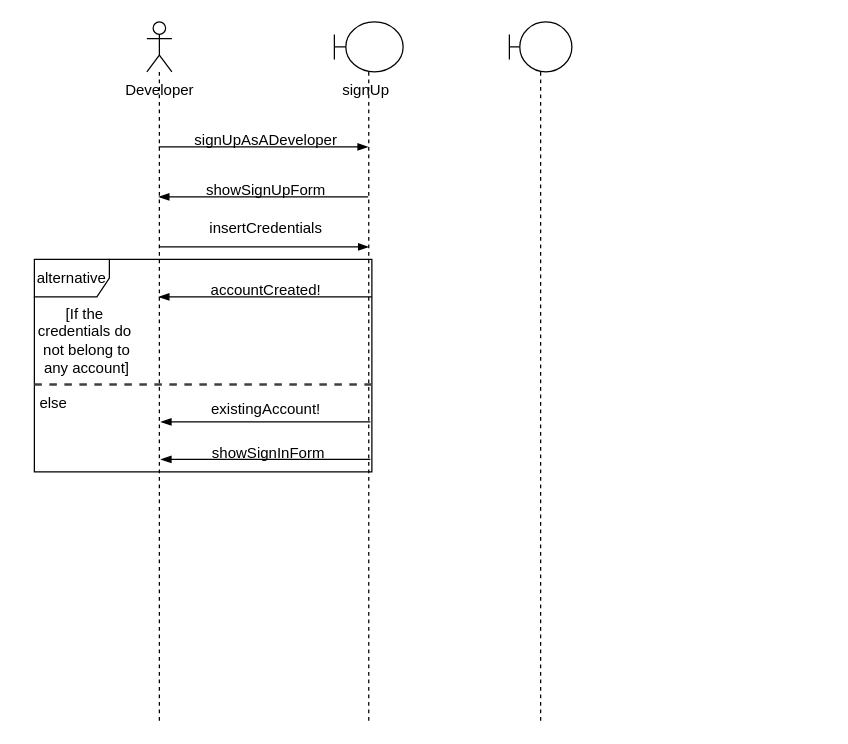
Above: sequenceDiagram/sequence_diagram.drawio in mattiadanisi00/ids (draw.io), before the change. Source tidied: cells renumbered, new cells numbered last; positions are measured from the earlier drawing's top-left corner, leaving out a move shared by most shapes. Both pictures are drawn from the tidied source at 125%, with x=0, y=0 at pixel (21, 21).
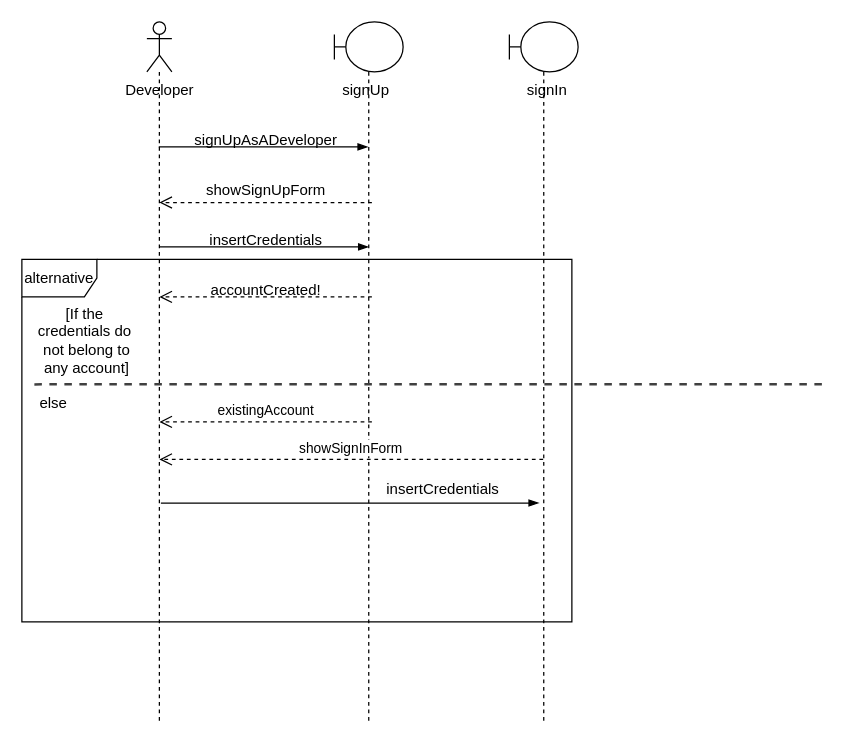
The same page after the edit.

The change refers to these unchanged cells:
```xml
<mxCell id="2" style="shape=umlLifeline;participant=umlBoundary;perimeter=lifelinePerimeter;whiteSpace=wrap;html=1;verticalAlign=top;spacingTop=36;" parent="1" vertex="1">
  <mxGeometry x="250" width="55" height="560" as="geometry" />
</mxCell>
<mxCell id="13" value="[If the &lt;br&gt;credentials do&lt;br&gt;&amp;nbsp;not belong to&lt;br&gt;&amp;nbsp;any account]" style="text;html=1;align=center;verticalAlign=middle;points=[];strokeColor=none;fillColor=none;" parent="1" vertex="1">
  <mxGeometry y="220" width="100" height="70" as="geometry" />
</mxCell>
```

Change to the diagram source:
```diff
@@
+    <mxCell id="22" value="showSignInForm" style="html=1;verticalAlign=bottom;endArrow=open;dashed=1;endSize=8;rounded=0;" parent="2" edge="1" source="4">
+      <mxGeometry relative="1" as="geometry">
+        <mxPoint x="-140" y="350" as="targetPoint" />
+      </mxGeometry>
+    </mxCell>
+    <mxCell id="10" value="showSignUpForm" style="text;html=1;align=center;verticalAlign=middle;strokeColor=none;fillColor=none;" parent="2" vertex="1">
+      <mxGeometry x="-115" y="120" width="120" height="30" as="geometry" />
+    </mxCell>
+    <mxCell id="23" style="html=1;verticalAlign=bottom;endArrow=open;dashed=1;endSize=8;rounded=0;" parent="2" edge="1">
+      <mxGeometry x="-0.24" y="-14" relative="1" as="geometry">
+        <mxPoint x="30" y="144.5" as="sourcePoint" />
+        <mxPoint x="-140" y="144.5" as="targetPoint" />
+      </mxGeometry>
+    </mxCell>
+    <mxCell id="24" style="html=1;verticalAlign=bottom;endArrow=open;dashed=1;endSize=8;rounded=0;" parent="2" edge="1">
+      <mxGeometry x="-0.24" y="-14" relative="1" as="geometry">
+        <mxPoint x="30" y="220" as="sourcePoint" />
+        <mxPoint x="-140" y="220" as="targetPoint" />
+      </mxGeometry>
+    </mxCell>
     <mxCell id="4" style="shape=umlLifeline;participant=umlBoundary;perimeter=lifelinePerimeter;whiteSpace=wrap;html=1;verticalAlign=top;spacingTop=36;outlineConnect=0;" parent="1" vertex="1">
-      <mxGeometry x="390" width="50" height="560" as="geometry" />
+      <mxGeometry x="390" width="55" height="560" as="geometry" />
     </mxCell>
+    <mxCell id="25" value="signIn" style="text;html=1;align=center;verticalAlign=middle;strokeColor=none;fillColor=none;" parent="4" vertex="1">
+      <mxGeometry y="40" width="60" height="30" as="geometry" />
+    </mxCell>
@@
-    <mxCell id="9" style="edgeStyle=elbowEdgeStyle;fontSize=12;html=1;endArrow=blockThin;endFill=1;rounded=0;" parent="1" edge="1">
-      <mxGeometry relative="1" as="geometry">
-        <mxPoint x="277" y="140" as="sourcePoint" />
-        <mxPoint x="109.5" y="140" as="targetPoint" />
-        <Array as="points">
-          <mxPoint x="180" y="140" />
-          <mxPoint x="200" y="110" />
-          <mxPoint x="210" y="80" />
-        </Array>
-      </mxGeometry>
-    </mxCell>
-    <mxCell id="10" value="showSignUpForm" style="text;html=1;align=center;verticalAlign=middle;strokeColor=none;fillColor=none;" parent="1" vertex="1">
-      <mxGeometry x="135" y="120" width="120" height="30" as="geometry" />
-    </mxCell>
-    <mxCell id="11" value="alternative" style="shape=umlFrame;whiteSpace=wrap;html=1;" parent="1" vertex="1">
-      <mxGeometry x="10" y="190" width="270" height="170" as="geometry" />
-    </mxCell>
-    <mxCell id="12" style="edgeStyle=none;rounded=0;html=1;jettySize=auto;strokeColor=#404040;strokeWidth=2;fontColor=#000000;jumpStyle=none;endArrow=none;endFill=0;startArrow=none;dashed=1;exitX=0.1;exitY=1;exitDx=0;exitDy=0;exitPerimeter=0;" parent="1" edge="1" source="13">
+    <mxCell id="12" style="edgeStyle=none;rounded=0;html=1;jettySize=auto;strokeColor=#404040;strokeWidth=2;fontColor=#000000;jumpStyle=none;endArrow=none;endFill=0;startArrow=none;dashed=1;exitX=0.1;exitY=1;exitDx=0;exitDy=0;exitPerimeter=0;entryX=1.002;entryY=0.37;entryDx=0;entryDy=0;entryPerimeter=0;" parent="1" edge="1" source="13">
       <mxGeometry relative="1" as="geometry">
-        <mxPoint x="280" y="290" as="targetPoint" />
+        <mxPoint x="641.3" y="289.9" as="targetPoint" />
       </mxGeometry>
     </mxCell>
@@
     <mxCell id="16" value="insertCredentials" style="text;html=1;align=center;verticalAlign=middle;strokeColor=none;fillColor=none;" parent="1" vertex="1">
-      <mxGeometry x="140" y="150" width="110" height="30" as="geometry" />
+      <mxGeometry x="140" y="160" width="110" height="30" as="geometry" />
     </mxCell>
-    <mxCell id="17" style="edgeStyle=elbowEdgeStyle;fontSize=12;html=1;endArrow=blockThin;endFill=1;rounded=0;" parent="1" edge="1">
-      <mxGeometry relative="1" as="geometry">
-        <mxPoint x="174.5" y="220" as="sourcePoint" />
-        <mxPoint x="109.5" y="220" as="targetPoint" />
-        <Array as="points">
-          <mxPoint x="280" y="220" />
-          <mxPoint x="265" y="190" />
-        </Array>
-      </mxGeometry>
-    </mxCell>
+    <mxCell id="26" style="edgeStyle=elbowEdgeStyle;fontSize=12;html=1;endArrow=blockThin;endFill=1;rounded=0;entryX=0.641;entryY=0.722;entryDx=0;entryDy=0;entryPerimeter=0;" parent="1" edge="1">
+      <mxGeometry relative="1" as="geometry">
+        <mxPoint x="111.2" y="385" as="sourcePoint" />
+        <mxPoint x="413.8" y="384.9" as="targetPoint" />
+        <Array as="points">
+          <mxPoint x="191.8" y="385" />
+          <mxPoint x="201.8" y="355" />
+        </Array>
+      </mxGeometry>
+    </mxCell>
+    <mxCell id="27" value="&lt;span style=&quot;caret-color: rgb(0, 0, 0); color: rgb(0, 0, 0); font-family: Helvetica; font-size: 12px; font-style: normal; font-variant-caps: normal; font-weight: 400; letter-spacing: normal; text-align: center; text-indent: 0px; text-transform: none; word-spacing: 0px; -webkit-text-stroke-width: 0px; background-color: rgb(251, 251, 251); text-decoration: none; float: none; display: inline !important;&quot;&gt;insertCredentials&lt;/span&gt;" style="text;whiteSpace=wrap;html=1;" parent="1" vertex="1">
+      <mxGeometry x="290" y="360" width="120" height="40" as="geometry" />
+    </mxCell>
+    <mxCell id="11" value="alternative" style="shape=umlFrame;whiteSpace=wrap;html=1;" parent="1" vertex="1">
+      <mxGeometry y="190" width="440" height="290" as="geometry" />
+    </mxCell>
+    <mxCell id="28" value="existingAccount" style="html=1;verticalAlign=bottom;endArrow=open;dashed=1;endSize=8;rounded=0;" parent="1" edge="1">
+      <mxGeometry relative="1" as="geometry">
+        <mxPoint x="280" y="320" as="sourcePoint" />
+        <mxPoint x="110" y="320" as="targetPoint" />
+      </mxGeometry>
+    </mxCell>
@@
-    <mxCell id="19" style="edgeStyle=elbowEdgeStyle;fontSize=12;html=1;endArrow=blockThin;endFill=1;rounded=0;" parent="1" edge="1">
-      <mxGeometry relative="1" as="geometry">
-        <mxPoint x="278.8" y="320" as="sourcePoint" />
-        <mxPoint x="111.2" y="320" as="targetPoint" />
-        <Array as="points">
-          <mxPoint x="181.8" y="320" />
-          <mxPoint x="201.8" y="290" />
-          <mxPoint x="211.8" y="260" />
-        </Array>
-      </mxGeometry>
-    </mxCell>
-    <mxCell id="20" value="existingAccount!" style="text;html=1;align=center;verticalAlign=middle;strokeColor=none;fillColor=none;" parent="1" vertex="1">
-      <mxGeometry x="140" y="295" width="110" height="30" as="geometry" />
-    </mxCell>
-    <mxCell id="21" style="edgeStyle=elbowEdgeStyle;fontSize=12;html=1;endArrow=blockThin;endFill=1;rounded=0;" parent="1" edge="1">
-      <mxGeometry relative="1" as="geometry">
-        <mxPoint x="278.8" y="350" as="sourcePoint" />
-        <mxPoint x="111.2" y="350" as="targetPoint" />
-        <Array as="points">
-          <mxPoint x="181.8" y="350" />
-          <mxPoint x="201.8" y="320" />
-          <mxPoint x="211.8" y="290" />
-        </Array>
-      </mxGeometry>
-    </mxCell>
-    <mxCell id="22" value="showSignInForm" style="text;html=1;align=center;verticalAlign=middle;strokeColor=none;fillColor=none;" parent="1" vertex="1">
-      <mxGeometry x="141.8" y="330" width="110" height="30" as="geometry" />
-    </mxCell>
```
